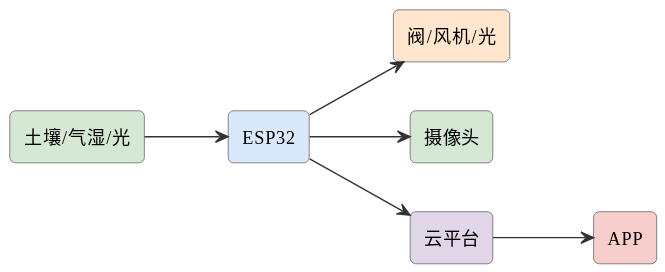
Before: assets/diagrams/ideas-fig18.svg, a diagram exported from PlantUML (mingyi0818/IntelligentMcuCourse). The source it was exported from:
```plantuml
@startuml
skinparam defaultFontName "Microsoft YaHei"
skinparam rectangleRoundCorner 8
skinparam rectangleBorderColor #555
skinparam rectangleFontSize 13
skinparam arrowFontSize 11
skinparam arrowColor #333
left to right direction
rectangle "土壤/气湿/光" as s #d5e8d4
rectangle "ESP32" as esp #dae8fc
rectangle "阀/风机/光" as act #ffe6cc
rectangle "摄像头" as cam #d5e8d4
rectangle "云平台" as cloud #e1d5e8
rectangle "APP" as app #f8cecc
s --> esp
esp --> act
esp --> cam
esp --> cloud
cloud --> app
@enduml
```
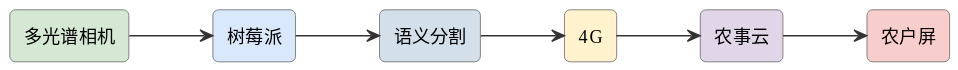
The same file after the commit.

Change to the diagram source:
```diff
@@ -6,15 +6,15 @@
 skinparam arrowFontSize 11
 skinparam arrowColor #333
 left to right direction
-rectangle "土壤/气湿/光" as s #d5e8d4
-rectangle "ESP32" as esp #dae8fc
-rectangle "阀/风机/光" as act #ffe6cc
-rectangle "摄像头" as cam #d5e8d4
-rectangle "云平台" as cloud #e1d5e8
-rectangle "APP" as app #f8cecc
-s --> esp
-esp --> act
-esp --> cam
-esp --> cloud
-cloud --> app
+rectangle "多光谱相机" as cam #d5e8d4
+rectangle "树莓派" as pi #dae8fc
+rectangle "语义分割" as ai #d3e0ea
+rectangle "4G" as g #fff2cc
+rectangle "农事云" as cloud #e1d5e8
+rectangle "农户屏" as scr #f8cecc
+cam --> pi
+pi --> ai
+ai --> g
+g --> cloud
+cloud --> scr
 @enduml
```
